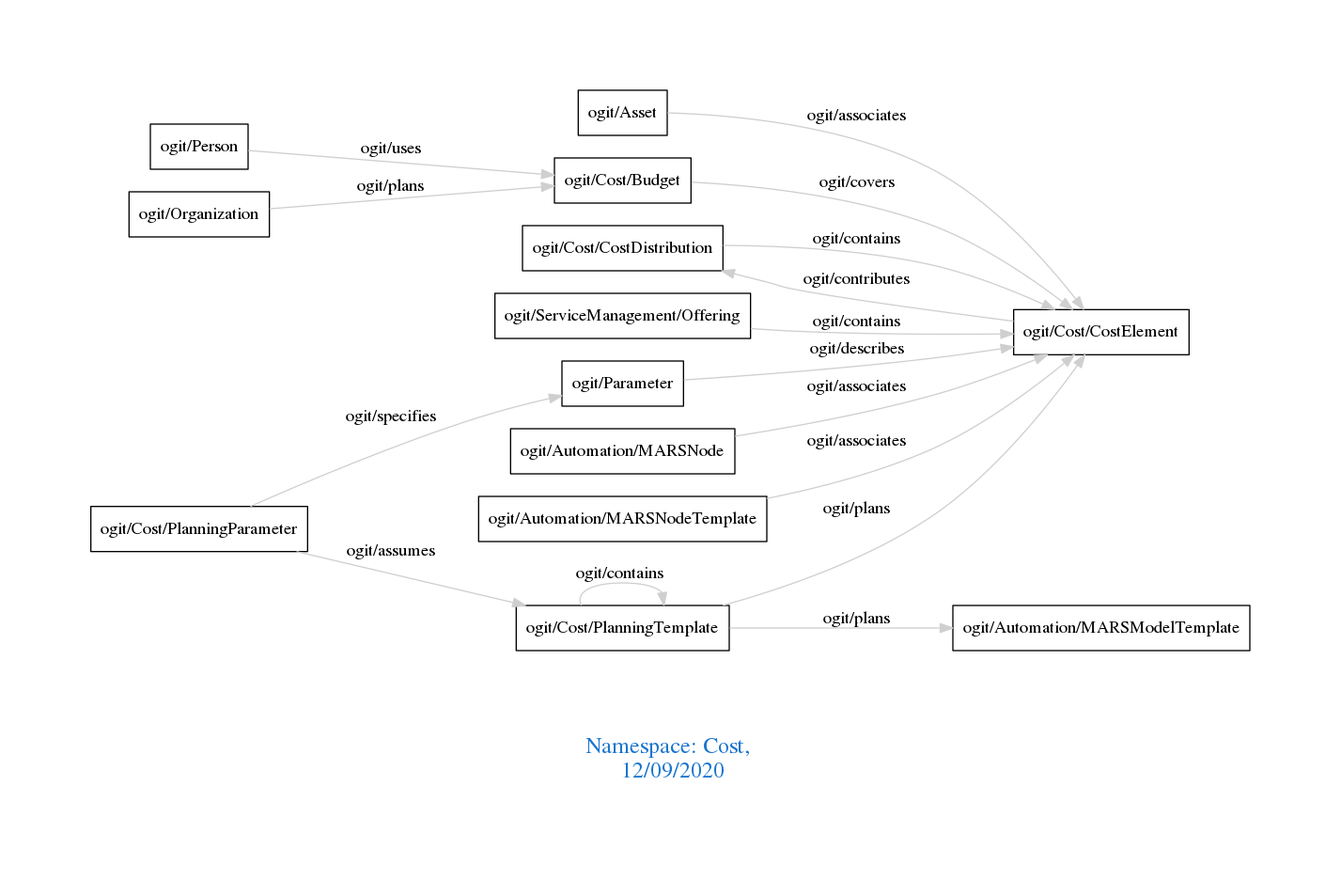
Before: downloads/Cost.png, a diagram exported from Graphviz (arago/OGIT). Its source is kept beside it as downloads/Cost.dot.
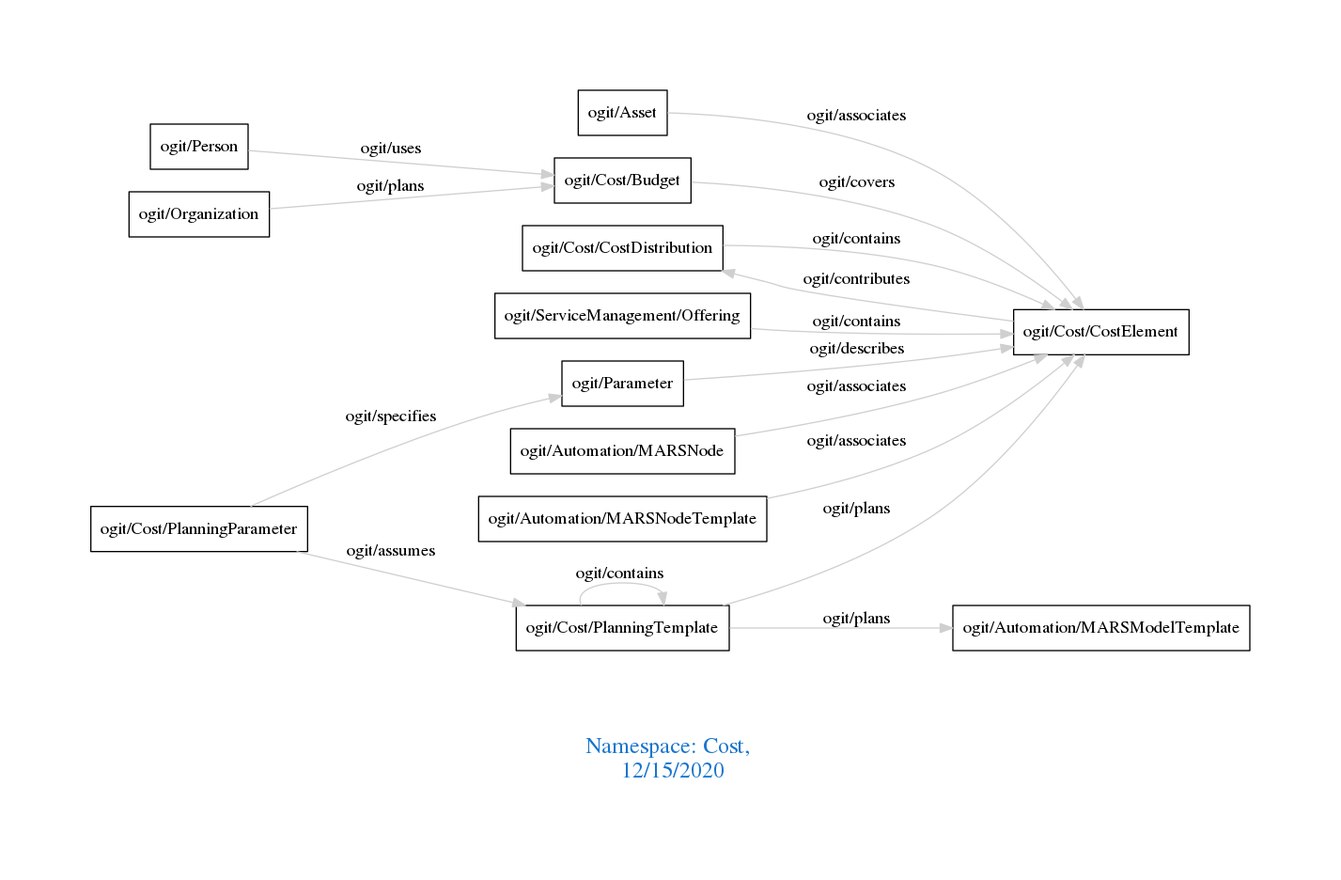
The same diagram one commit later.

Diff of the diagram source:
```diff
@@ -1,7 +1,7 @@
 digraph OGIT_ontology {
  graph [ rankdir= LR,pad=1
 fontsize = 18,
-fontcolor= dodgerblue3,label = "\n\n\nNamespace: Cost, \n 12/09/2020"];
+fontcolor= dodgerblue3,label = "\n\n\nNamespace: Cost, \n 12/15/2020"];
 node[shape=polygon];
 edge [  color="gray81"];
 
```
